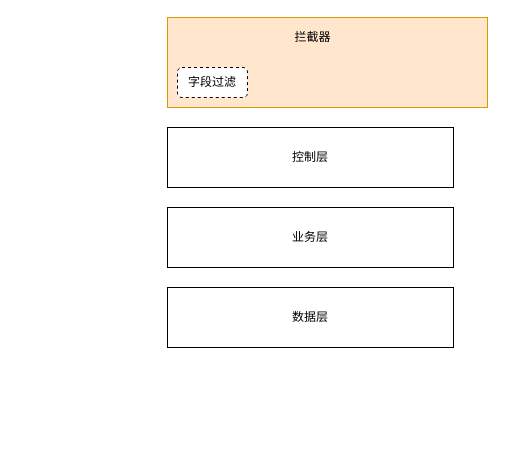
The draw.io diagram rongda-dep/牙管家-数据权限-字段过滤.drawio in cherishsince/diagrams.net, before the edit. Source tidied: cells renumbered, new cells numbered last; positions are measured from the earlier drawing's top-left corner, leaving out a move shared by most shapes. Both pictures are drawn from the tidied source at 100%, with x=0, y=0 at pixel (167, 17).
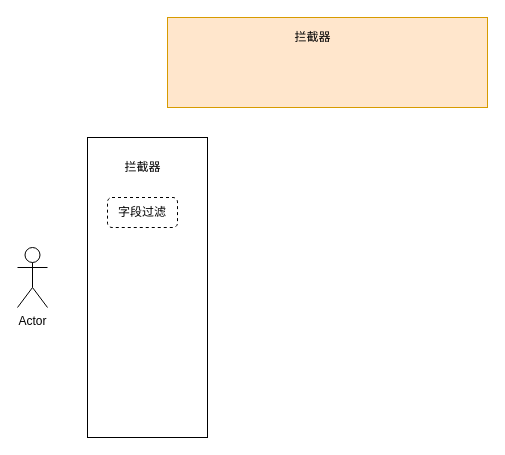
The same diagram, later.

Commit message (it also covers changes not shown here):
更新牙管家-数据权限-字段过滤.drawio

What changed in the source:
```diff
@@
 <mxGraphModel>
   <root>
     <mxCell id="0" />
     <mxCell id="1" parent="0" />
-    <mxCell id="2" value="控制层" style="rounded=0;whiteSpace=wrap;html=1;" parent="1" vertex="1">
-      <mxGeometry y="110" width="286" height="60" as="geometry" />
-    </mxCell>
-    <mxCell id="3" value="业务层" style="rounded=0;whiteSpace=wrap;html=1;" parent="1" vertex="1">
-      <mxGeometry y="190" width="286" height="60" as="geometry" />
-    </mxCell>
-    <mxCell id="4" value="数据层" style="rounded=0;whiteSpace=wrap;html=1;" parent="1" vertex="1">
-      <mxGeometry y="270" width="286" height="60" as="geometry" />
-    </mxCell>
+    <mxCell id="8" style="rounded=0;whiteSpace=wrap;html=1;" parent="1" vertex="1">
+      <mxGeometry x="-80" y="120" width="120" height="300" as="geometry" />
+    </mxCell>
     <mxCell id="5" style="rounded=0;whiteSpace=wrap;html=1;fillColor=#ffe6cc;strokeColor=#d79b00;" parent="1" vertex="1">
       <mxGeometry width="320" height="90" as="geometry" />
     </mxCell>
     <mxCell id="6" value="字段过滤" style="rounded=1;whiteSpace=wrap;html=1;dashed=1;" parent="1" vertex="1">
-      <mxGeometry x="10" y="50" width="70" height="30" as="geometry" />
+      <mxGeometry x="-60" y="180" width="70" height="30" as="geometry" />
     </mxCell>
     <mxCell id="7" value="拦截器" style="text;html=1;align=center;verticalAlign=middle;strokeColor=none;" parent="1" vertex="1">
       <mxGeometry x="120" y="10" width="50" height="20" as="geometry" />
     </mxCell>
+    <mxCell id="9" value="Actor" style="shape=umlActor;verticalLabelPosition=bottom;verticalAlign=top;html=1;" parent="1" vertex="1">
+      <mxGeometry x="-150" y="230" width="30" height="60" as="geometry" />
+    </mxCell>
+    <mxCell id="10" value="拦截器" style="text;html=1;align=center;verticalAlign=middle;strokeColor=none;" parent="1" vertex="1">
+      <mxGeometry x="-50" y="140" width="50" height="20" as="geometry" />
+    </mxCell>
   </root>
 </mxGraphModel>
```
